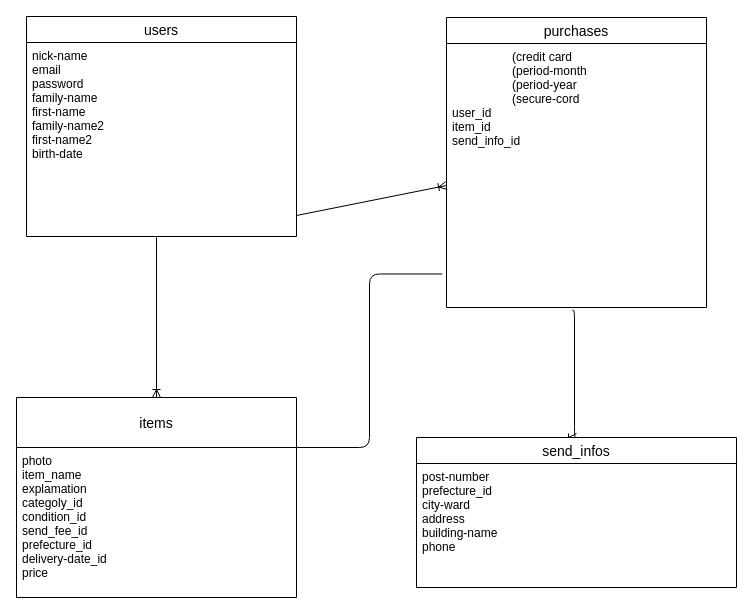
Above: ER図.dio in hiroboo7531/furima-38346 (draw.io), before the change. Source tidied: cells renumbered, new cells numbered last; positions are measured from the earlier drawing's top-left corner, leaving out a move shared by most shapes. Both pictures are drawn from the tidied source at 100%, with x=0, y=0 at pixel (16, 16).
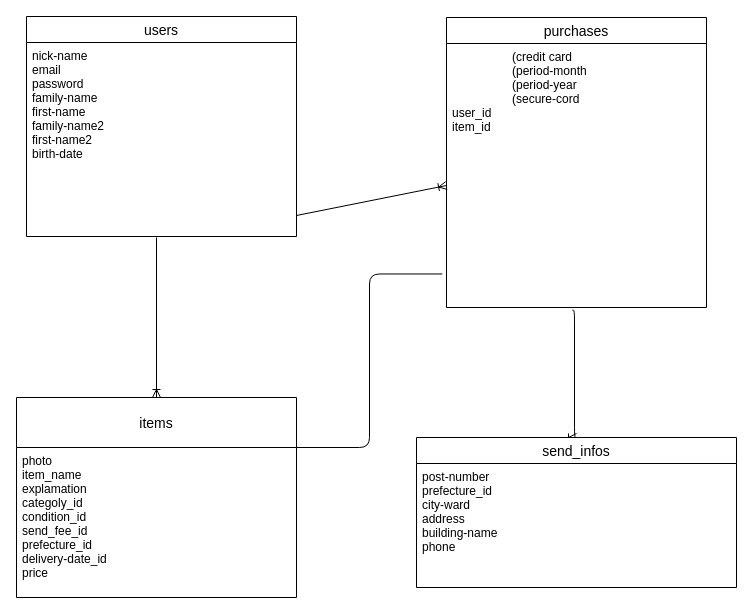
Above is the later version.

Commit message (it also covers changes not shown here):
ER図とREADMEの修正２

Diff of the diagram source:
```diff
@@
 <mxGraphModel>
   <root>
     <mxCell id="0" />
     <mxCell id="1" parent="0" />
     <mxCell id="2" value="users" style="swimlane;fontStyle=0;horizontal=1;startSize=26;align=center;fontSize=14;" parent="1" vertex="1">
       <mxGeometry x="10" width="270" height="220" as="geometry" />
     </mxCell>
     <mxCell id="3" value="nick-name&#10;email&#10;password&#10;family-name&#10;first-name&#10;family-name2&#10;first-name2&#10;birth-date&#10;" style="text;strokeColor=none;fillColor=none;spacingLeft=4;spacingRight=4;overflow=hidden;points=[[0,0.5],[1,0.5]];portConstraint=eastwest;fontSize=12;" parent="2" vertex="1">
       <mxGeometry y="26" width="270" height="194" as="geometry" />
     </mxCell>
     <mxCell id="4" value="purchases" style="swimlane;fontStyle=0;horizontal=1;startSize=26;align=center;fontSize=14;" parent="1" vertex="1">
       <mxGeometry x="430" y="1" width="260" height="290" as="geometry" />
     </mxCell>
-    <mxCell id="5" value="                  (credit card&#10;                  (period-month&#10;                  (period-year&#10;                  (secure-cord&#10;user_id&#10;item_id&#10;send_info_id&#10;&#10;" style="text;strokeColor=none;fillColor=none;spacingLeft=4;spacingRight=4;overflow=hidden;points=[[0,0.5],[1,0.5]];portConstraint=eastwest;fontSize=12;" parent="4" vertex="1">
+    <mxCell id="5" value="                  (credit card&#10;                  (period-month&#10;                  (period-year&#10;                  (secure-cord&#10;user_id&#10;item_id&#10;" style="text;strokeColor=none;fillColor=none;spacingLeft=4;spacingRight=4;overflow=hidden;points=[[0,0.5],[1,0.5]];portConstraint=eastwest;fontSize=12;" parent="4" vertex="1">
       <mxGeometry y="26" width="260" height="264" as="geometry" />
     </mxCell>
     <mxCell id="6" style="edgeStyle=none;html=1;entryX=0;entryY=0.5;entryDx=0;entryDy=0;endArrow=ERoneToMany;endFill=0;" parent="1" edge="1">
       <mxGeometry relative="1" as="geometry">
         <mxPoint x="280" y="199" as="sourcePoint" />
         <mxPoint x="430" y="169" as="targetPoint" />
       </mxGeometry>
     </mxCell>
     <mxCell id="7" style="edgeStyle=elbowEdgeStyle;html=1;exitX=0.5;exitY=0;exitDx=0;exitDy=0;entryX=0.485;entryY=1.005;entryDx=0;entryDy=0;entryPerimeter=0;endArrow=none;endFill=0;strokeColor=default;startArrow=ERoneToMany;startFill=0;" parent="1" edge="1" source="9" target="3">
       <mxGeometry relative="1" as="geometry" />
     </mxCell>
     <mxCell id="8" style="edgeStyle=elbowEdgeStyle;html=1;exitX=1;exitY=0.25;exitDx=0;exitDy=0;entryX=-0.016;entryY=0.873;entryDx=0;entryDy=0;entryPerimeter=0;startArrow=none;startFill=0;endArrow=none;endFill=0;strokeColor=default;" parent="1" edge="1" source="9" target="5">
       <mxGeometry relative="1" as="geometry" />
     </mxCell>
     <mxCell id="9" value="items" style="swimlane;fontStyle=0;horizontal=1;startSize=50;align=center;fontSize=14;" parent="1" vertex="1">
       <mxGeometry y="381" width="280" height="200" as="geometry" />
     </mxCell>
     <mxCell id="10" value="photo&#10;item_name&#10;explamation&#10;categoly_id&#10;condition_id&#10;send_fee_id&#10;prefecture_id&#10;delivery-date_id&#10;price" style="text;strokeColor=none;fillColor=none;spacingLeft=4;spacingRight=4;overflow=hidden;fontSize=12;" parent="9" vertex="1">
       <mxGeometry y="50" width="280" height="150" as="geometry" />
     </mxCell>
     <mxCell id="11" style="edgeStyle=elbowEdgeStyle;html=1;exitX=0.5;exitY=0;exitDx=0;exitDy=0;entryX=0.484;entryY=1.01;entryDx=0;entryDy=0;entryPerimeter=0;startArrow=ERoneToMany;startFill=0;endArrow=none;endFill=0;strokeColor=default;" parent="1" edge="1" source="12" target="5">
       <mxGeometry relative="1" as="geometry" />
     </mxCell>
     <mxCell id="12" value="send_infos" style="swimlane;fontStyle=0;horizontal=1;startSize=26;align=center;fontSize=14;" parent="1" vertex="1">
       <mxGeometry x="400" y="421" width="320" height="150" as="geometry" />
     </mxCell>
     <mxCell id="13" value="post-number&#10;prefecture_id&#10;city-ward&#10;address&#10;building-name&#10;phone" style="text;strokeColor=none;fillColor=none;spacingLeft=4;spacingRight=4;overflow=hidden;fontSize=12;" parent="12" vertex="1">
       <mxGeometry y="26" width="320" height="124" as="geometry" />
     </mxCell>
   </root>
 </mxGraphModel>
```
